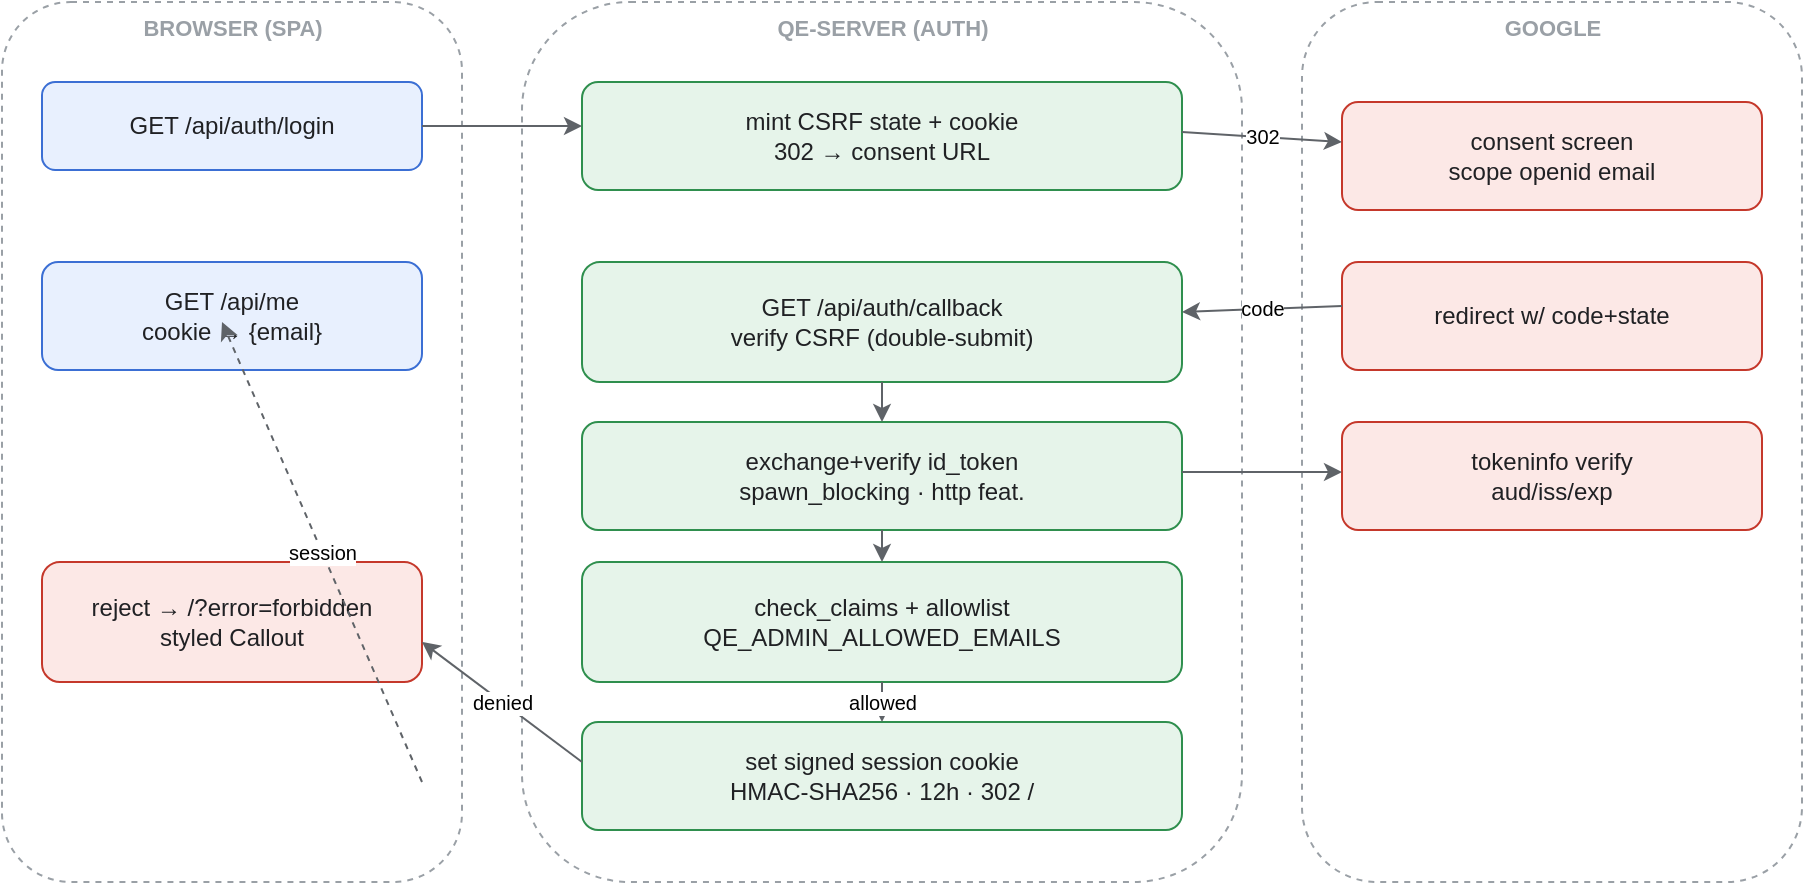
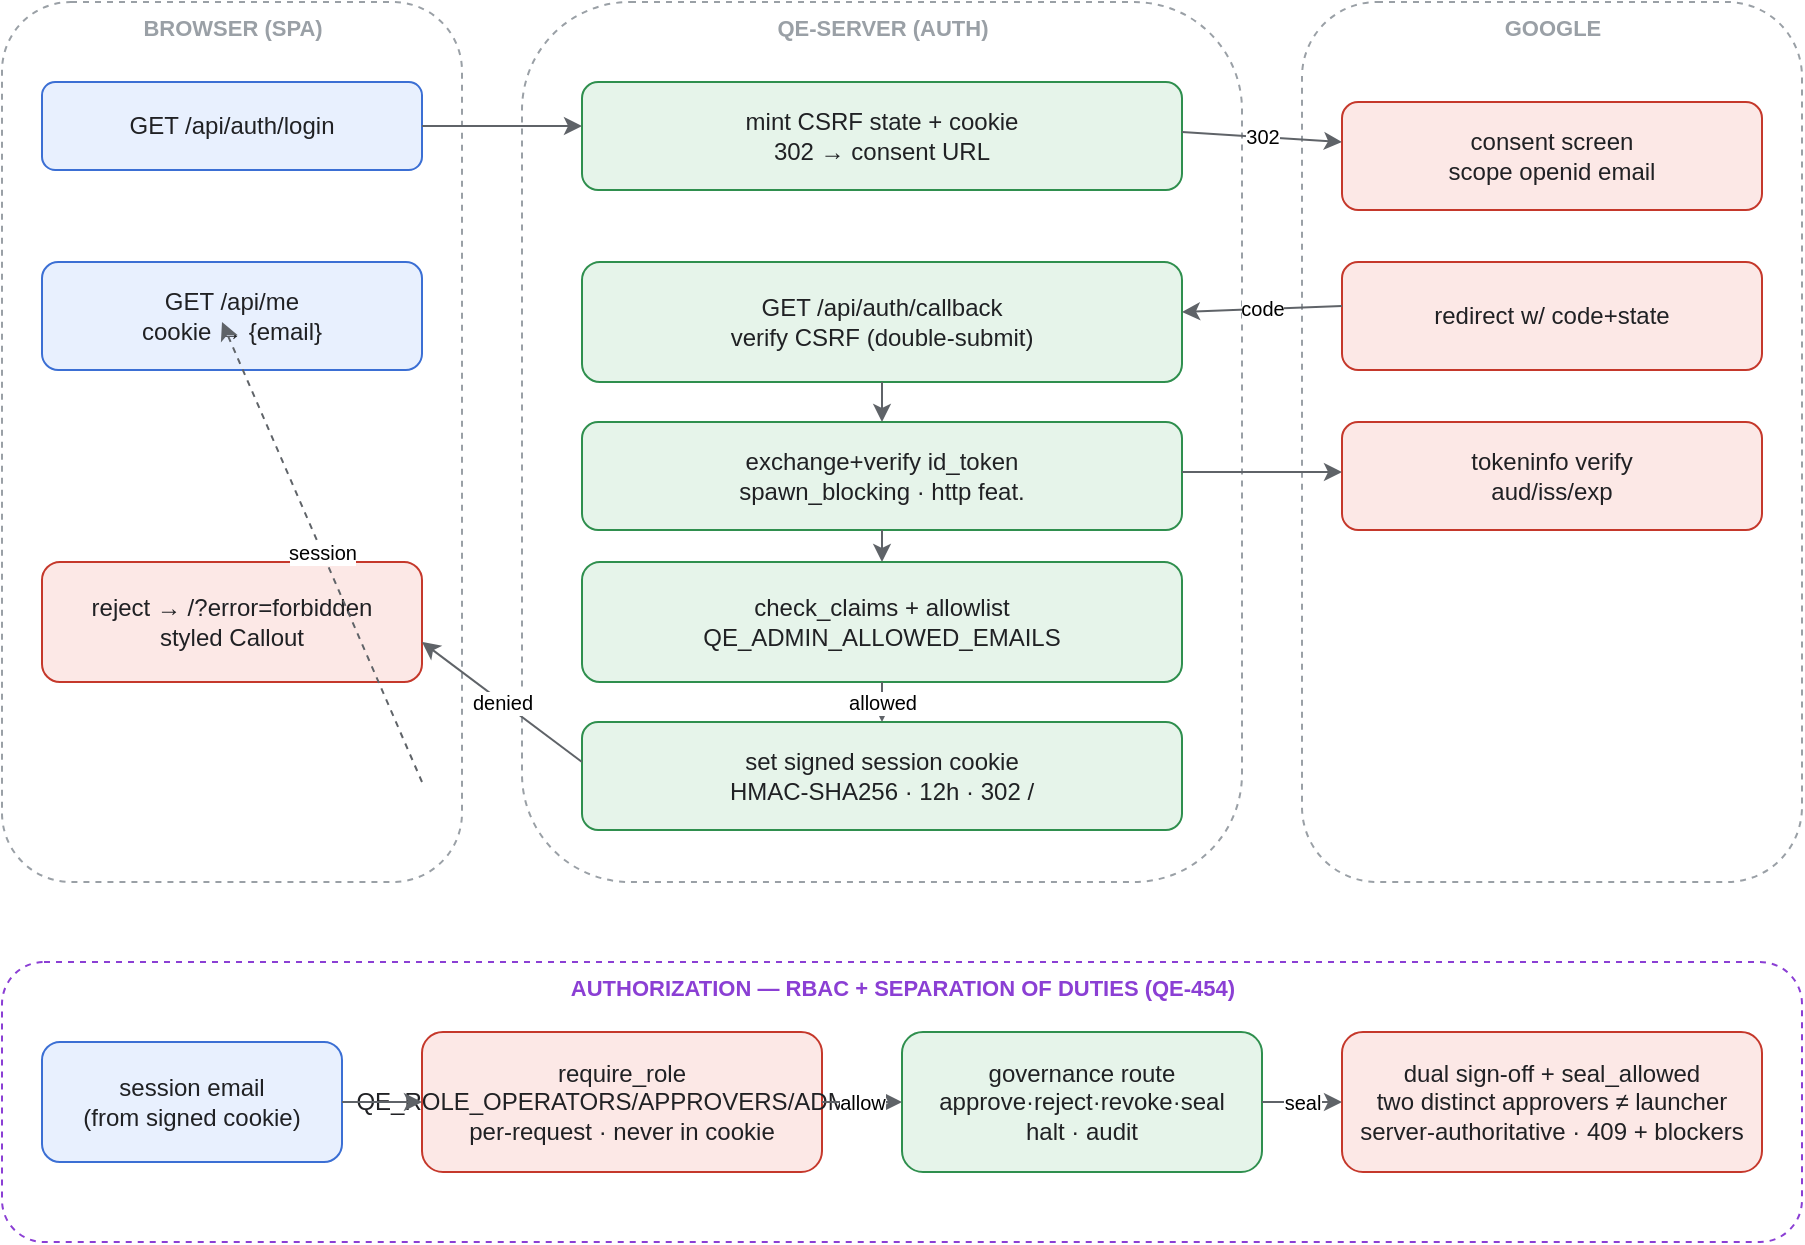
<mxfile host="app.diagrams.net" type="device">
  <diagram name="Authentication &amp; Authorization Flow" id="diagram-1">
    <mxGraphModel dx="980" dy="560" grid="1" gridSize="10" guides="1" tooltips="1"
        connect="1" arrows="1" fold="1" page="1" pageScale="1" pageWidth="980"
-         pageHeight="560" math="0" shadow="0">
+         pageHeight="720" math="0" shadow="0">
      <root>
<mxCell id="0"/>
<mxCell id="1" parent="0"/>
<mxCell id="n2" value="BROWSER (SPA)" style="rounded=1;dashed=1;html=1;fillColor=none;strokeColor=#9aa0a6;verticalAlign=top;fontColor=#9aa0a6;fontStyle=1;fontSize=11;" vertex="1" parent="1"><mxGeometry x="40" y="80" width="230" height="440" as="geometry"/></mxCell>
<mxCell id="n3" value="QE-SERVER (AUTH)" style="rounded=1;dashed=1;html=1;fillColor=none;strokeColor=#9aa0a6;verticalAlign=top;fontColor=#9aa0a6;fontStyle=1;fontSize=11;" vertex="1" parent="1"><mxGeometry x="300" y="80" width="360" height="440" as="geometry"/></mxCell>
<mxCell id="n4" value="GOOGLE" style="rounded=1;dashed=1;html=1;fillColor=none;strokeColor=#9aa0a6;verticalAlign=top;fontColor=#9aa0a6;fontStyle=1;fontSize=11;" vertex="1" parent="1"><mxGeometry x="690" y="80" width="250" height="440" as="geometry"/></mxCell>
<mxCell id="s1" value="GET /api/auth/login" style="rounded=1;whiteSpace=wrap;html=1;fillColor=#e8f0fe;strokeColor=#3b6fd4;fontColor=#202124;fontFamily=Helvetica;fontSize=12;" vertex="1" parent="1"><mxGeometry x="60" y="120" width="190" height="44" as="geometry"/></mxCell>
<mxCell id="s2" value="mint CSRF state + cookie&#10;302 → consent URL" style="rounded=1;whiteSpace=wrap;html=1;fillColor=#e6f4ea;strokeColor=#2f8f4e;fontColor=#202124;fontFamily=Helvetica;fontSize=12;" vertex="1" parent="1"><mxGeometry x="330" y="120" width="300" height="54" as="geometry"/></mxCell>
<mxCell id="g1" value="consent screen&#10;scope openid email" style="rounded=1;whiteSpace=wrap;html=1;fillColor=#fce8e6;strokeColor=#c5382b;fontColor=#202124;fontFamily=Helvetica;fontSize=12;" vertex="1" parent="1"><mxGeometry x="710" y="130" width="210" height="54" as="geometry"/></mxCell>
<mxCell id="s3" value="redirect w/ code+state" style="rounded=1;whiteSpace=wrap;html=1;fillColor=#fce8e6;strokeColor=#c5382b;fontColor=#202124;fontFamily=Helvetica;fontSize=12;" vertex="1" parent="1"><mxGeometry x="710" y="210" width="210" height="54" as="geometry"/></mxCell>
<mxCell id="s4" value="GET /api/auth/callback&#10;verify CSRF (double-submit)" style="rounded=1;whiteSpace=wrap;html=1;fillColor=#e6f4ea;strokeColor=#2f8f4e;fontColor=#202124;fontFamily=Helvetica;fontSize=12;" vertex="1" parent="1"><mxGeometry x="330" y="210" width="300" height="60" as="geometry"/></mxCell>
<mxCell id="s5" value="exchange+verify id_token&#10;spawn_blocking · http feat." style="rounded=1;whiteSpace=wrap;html=1;fillColor=#e6f4ea;strokeColor=#2f8f4e;fontColor=#202124;fontFamily=Helvetica;fontSize=12;" vertex="1" parent="1"><mxGeometry x="330" y="290" width="300" height="54" as="geometry"/></mxCell>
<mxCell id="g2" value="tokeninfo verify&#10;aud/iss/exp" style="rounded=1;whiteSpace=wrap;html=1;fillColor=#fce8e6;strokeColor=#c5382b;fontColor=#202124;fontFamily=Helvetica;fontSize=12;" vertex="1" parent="1"><mxGeometry x="710" y="290" width="210" height="54" as="geometry"/></mxCell>
<mxCell id="s6" value="check_claims + allowlist&#10;QE_ADMIN_ALLOWED_EMAILS" style="rounded=1;whiteSpace=wrap;html=1;fillColor=#e6f4ea;strokeColor=#2f8f4e;fontColor=#202124;fontFamily=Helvetica;fontSize=12;" vertex="1" parent="1"><mxGeometry x="330" y="360" width="300" height="60" as="geometry"/></mxCell>
<mxCell id="s7" value="set signed session cookie&#10;HMAC-SHA256 · 12h · 302 /" style="rounded=1;whiteSpace=wrap;html=1;fillColor=#e6f4ea;strokeColor=#2f8f4e;fontColor=#202124;fontFamily=Helvetica;fontSize=12;" vertex="1" parent="1"><mxGeometry x="330" y="440" width="300" height="54" as="geometry"/></mxCell>
<mxCell id="s8" value="GET /api/me&#10;cookie → {email}" style="rounded=1;whiteSpace=wrap;html=1;fillColor=#e8f0fe;strokeColor=#3b6fd4;fontColor=#202124;fontFamily=Helvetica;fontSize=12;" vertex="1" parent="1"><mxGeometry x="60" y="210" width="190" height="54" as="geometry"/></mxCell>
<mxCell id="s9" value="reject → /?error=forbidden&#10;styled Callout" style="rounded=1;whiteSpace=wrap;html=1;fillColor=#fce8e6;strokeColor=#c5382b;fontColor=#202124;fontFamily=Helvetica;fontSize=12;" vertex="1" parent="1"><mxGeometry x="60" y="360" width="190" height="60" as="geometry"/></mxCell>
+ <mxCell id="az" value="AUTHORIZATION — RBAC + SEPARATION OF DUTIES (QE-454)" style="rounded=1;dashed=1;html=1;fillColor=none;strokeColor=#8b3fd4;verticalAlign=top;fontColor=#8b3fd4;fontStyle=1;fontSize=11;" vertex="1" parent="1"><mxGeometry x="40" y="560" width="900" height="140" as="geometry"/></mxCell>
+ <mxCell id="az1" value="session email&#10;(from signed cookie)" style="rounded=1;whiteSpace=wrap;html=1;fillColor=#e8f0fe;strokeColor=#3b6fd4;fontColor=#202124;fontFamily=Helvetica;fontSize=12;" vertex="1" parent="1"><mxGeometry x="60" y="600" width="150" height="60" as="geometry"/></mxCell>
+ <mxCell id="az2" value="require_role&#10;QE_ROLE_OPERATORS/APPROVERS/ADMINS&#10;per-request · never in cookie" style="rounded=1;whiteSpace=wrap;html=1;fillColor=#fce8e6;strokeColor=#c5382b;fontColor=#202124;fontFamily=Helvetica;fontSize=12;" vertex="1" parent="1"><mxGeometry x="250" y="595" width="200" height="70" as="geometry"/></mxCell>
+ <mxCell id="az3" value="governance route&#10;approve·reject·revoke·seal&#10;halt · audit" style="rounded=1;whiteSpace=wrap;html=1;fillColor=#e6f4ea;strokeColor=#2f8f4e;fontColor=#202124;fontFamily=Helvetica;fontSize=12;" vertex="1" parent="1"><mxGeometry x="490" y="595" width="180" height="70" as="geometry"/></mxCell>
+ <mxCell id="az4" value="dual sign-off + seal_allowed&#10;two distinct approvers ≠ launcher&#10;server-authoritative · 409 + blockers" style="rounded=1;whiteSpace=wrap;html=1;fillColor=#fce8e6;strokeColor=#c5382b;fontColor=#202124;fontFamily=Helvetica;fontSize=12;" vertex="1" parent="1"><mxGeometry x="710" y="595" width="210" height="70" as="geometry"/></mxCell>
+ <mxCell id="ae1" value="" style="endArrow=classic;html=1;strokeColor=#5f6368;fontSize=10;labelBackgroundColor=#ffffff;" edge="1" parent="1"><mxGeometry relative="1" as="geometry"><mxPoint x="210" y="630" as="sourcePoint"/><mxPoint x="250" y="630" as="targetPoint"/></mxGeometry></mxCell>
+ <mxCell id="ae2" value="allow" style="endArrow=classic;html=1;strokeColor=#5f6368;fontSize=10;labelBackgroundColor=#ffffff;" edge="1" parent="1"><mxGeometry relative="1" as="geometry"><mxPoint x="450" y="630" as="sourcePoint"/><mxPoint x="490" y="630" as="targetPoint"/></mxGeometry></mxCell>
+ <mxCell id="ae3" value="seal" style="endArrow=classic;html=1;strokeColor=#5f6368;fontSize=10;labelBackgroundColor=#ffffff;" edge="1" parent="1"><mxGeometry relative="1" as="geometry"><mxPoint x="670" y="630" as="sourcePoint"/><mxPoint x="710" y="630" as="targetPoint"/></mxGeometry></mxCell>
<mxCell id="n5" value="" style="endArrow=classic;html=1;strokeColor=#5f6368;fontSize=10;labelBackgroundColor=#ffffff;" edge="1" parent="1"><mxGeometry relative="1" as="geometry"><mxPoint x="250" y="142" as="sourcePoint"/><mxPoint x="330" y="142" as="targetPoint"/></mxGeometry></mxCell>
<mxCell id="n6" value="302" style="endArrow=classic;html=1;strokeColor=#5f6368;fontSize=10;labelBackgroundColor=#ffffff;" edge="1" parent="1"><mxGeometry relative="1" as="geometry"><mxPoint x="630" y="145" as="sourcePoint"/><mxPoint x="710" y="150" as="targetPoint"/></mxGeometry></mxCell>
<mxCell id="n7" value="code" style="endArrow=classic;html=1;strokeColor=#5f6368;fontSize=10;labelBackgroundColor=#ffffff;" edge="1" parent="1"><mxGeometry relative="1" as="geometry"><mxPoint x="710" y="232" as="sourcePoint"/><mxPoint x="630" y="235" as="targetPoint"/></mxGeometry></mxCell>
<mxCell id="n8" value="" style="endArrow=classic;html=1;strokeColor=#5f6368;fontSize=10;labelBackgroundColor=#ffffff;" edge="1" parent="1"><mxGeometry relative="1" as="geometry"><mxPoint x="480" y="270" as="sourcePoint"/><mxPoint x="480" y="290" as="targetPoint"/></mxGeometry></mxCell>
<mxCell id="n9" value="" style="endArrow=classic;html=1;strokeColor=#5f6368;fontSize=10;labelBackgroundColor=#ffffff;" edge="1" parent="1"><mxGeometry relative="1" as="geometry"><mxPoint x="630" y="315" as="sourcePoint"/><mxPoint x="710" y="315" as="targetPoint"/></mxGeometry></mxCell>
<mxCell id="n10" value="" style="endArrow=classic;html=1;strokeColor=#5f6368;fontSize=10;labelBackgroundColor=#ffffff;" edge="1" parent="1"><mxGeometry relative="1" as="geometry"><mxPoint x="480" y="344" as="sourcePoint"/><mxPoint x="480" y="360" as="targetPoint"/></mxGeometry></mxCell>
<mxCell id="n11" value="allowed" style="endArrow=classic;html=1;strokeColor=#5f6368;fontSize=10;labelBackgroundColor=#ffffff;" edge="1" parent="1"><mxGeometry relative="1" as="geometry"><mxPoint x="480" y="420" as="sourcePoint"/><mxPoint x="480" y="440" as="targetPoint"/></mxGeometry></mxCell>
<mxCell id="n12" value="denied" style="endArrow=classic;html=1;strokeColor=#5f6368;fontSize=10;labelBackgroundColor=#ffffff;" edge="1" parent="1"><mxGeometry relative="1" as="geometry"><mxPoint x="330" y="460" as="sourcePoint"/><mxPoint x="250" y="400" as="targetPoint"/></mxGeometry></mxCell>
<mxCell id="n13" value="session" style="endArrow=classic;html=1;dashed=1;strokeColor=#5f6368;fontSize=10;labelBackgroundColor=#ffffff;" edge="1" parent="1"><mxGeometry relative="1" as="geometry"><mxPoint x="250" y="470" as="sourcePoint"/><mxPoint x="150" y="240" as="targetPoint"/></mxGeometry></mxCell>
      </root>
    </mxGraphModel>
  </diagram>
</mxfile>